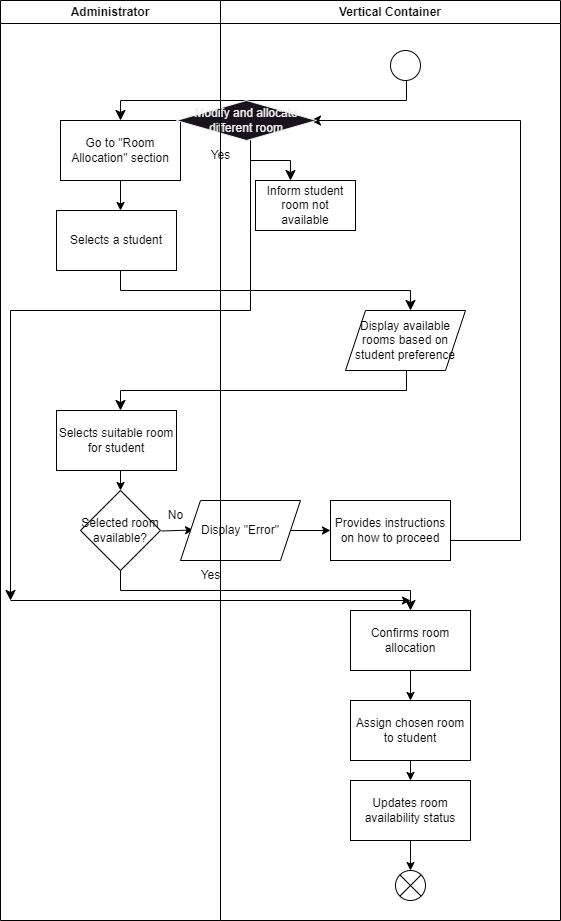
drshahizan/software-engineering keeps this draw.io diagram as project/drawio/stakeholder/activity diagram/uc20.png. Above is the earlier version. Source tidied: cells renumbered, new cells last; positions are measured from the earlier drawing's top-left corner, leaving out a move shared by most shapes.
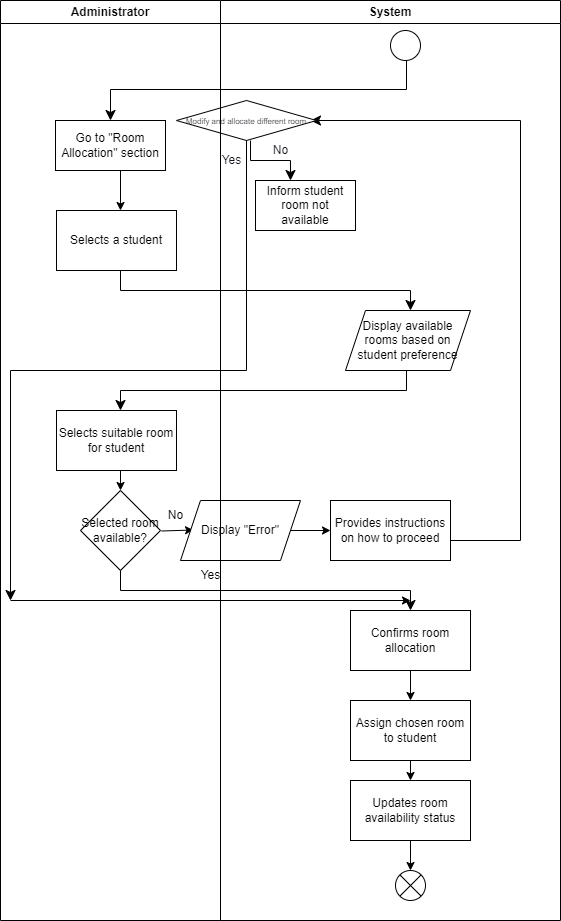
After the commit.

The edit, as a diff of the source:
```diff
@@ -2,21 +2,14 @@
   <root>
     <mxCell id="0" />
     <mxCell id="1" parent="0" />
-    <mxCell id="2" style="ellipse;" parent="1" vertex="1">
-      <mxGeometry x="390" y="50" width="30" height="30" as="geometry" />
-    </mxCell>
-    <mxCell id="3" style="edgeStyle=elbowEdgeStyle;elbow=vertical;endArrow=classic;html=1;curved=0;rounded=0;endSize=8;startSize=8;" parent="1" edge="1">
+    <mxCell id="3" style="edgeStyle=elbowEdgeStyle;elbow=vertical;endArrow=classic;html=1;curved=0;rounded=0;endSize=8;startSize=8;" parent="1" edge="1" target="4">
       <mxGeometry relative="1" as="geometry">
-        <mxPoint x="406" y="80" as="sourcePoint" />
-        <mxPoint x="120" y="120" as="targetPoint" />
+        <mxPoint x="406" y="58" as="sourcePoint" />
       </mxGeometry>
     </mxCell>
-    <mxCell id="4" value="Go to &quot;Room Allocation&quot; section" style="rounded=0;whiteSpace=wrap;html=1;" parent="1" vertex="1">
-      <mxGeometry x="60" y="120" width="120" height="60" as="geometry" />
-    </mxCell>
     <mxCell id="5" style="endArrow=classic;html=1;" parent="1" edge="1">
       <mxGeometry relative="1" as="geometry">
-        <mxPoint x="120" y="180" as="sourcePoint" />
+        <mxPoint x="120" y="170" as="sourcePoint" />
         <mxPoint x="120" y="210" as="targetPoint" />
       </mxGeometry>
     </mxCell>
@@ -30,7 +23,7 @@
       </mxGeometry>
     </mxCell>
     <mxCell id="8" value="Display available rooms based on student preference" style="shape=parallelogram;perimeter=parallelogramPerimeter;whiteSpace=wrap;html=1;fixedSize=1;" parent="1" vertex="1">
-      <mxGeometry x="345" y="310" width="120" height="60" as="geometry" />
+      <mxGeometry x="345" y="310" width="125" height="60" as="geometry" />
     </mxCell>
     <mxCell id="9" style="edgeStyle=elbowEdgeStyle;elbow=vertical;endArrow=classic;html=1;curved=0;rounded=0;endSize=8;startSize=8;" parent="1" edge="1">
       <mxGeometry relative="1" as="geometry">
@@ -119,19 +112,12 @@
         </Array>
       </mxGeometry>
     </mxCell>
-    <mxCell id="28" value="Modify and allocate different room" style="rhombus;whiteSpace=wrap;html=1;fontFamily=Helvetica;fontSize=12;fontColor=rgb(240, 240, 240);align=center;strokeColor=rgb(240, 240, 240);fillColor=rgb(24, 20, 29);" parent="1" vertex="1">
+    <mxCell id="28" value="&lt;font style=&quot;font-size: 8px;&quot; color=&quot;#18141d&quot;&gt;Modify and allocate different room&lt;/font&gt;" style="rhombus;whiteSpace=wrap;html=1;fontFamily=Helvetica;fontSize=12;fontColor=rgb(240, 240, 240);align=center;strokeColor=#000000;fillColor=#FFFFFF;" parent="1" vertex="1">
       <mxGeometry x="176" y="100" width="140" height="40" as="geometry" />
     </mxCell>
-    <mxCell id="29" value="Yes" style="text;html=1;align=center;verticalAlign=middle;strokeColor=none;fillColor=none;" parent="1" vertex="1">
-      <mxGeometry x="200" y="140" width="40" height="30" as="geometry" />
-    </mxCell>
-    <mxCell id="30" style="edgeStyle=elbowEdgeStyle;elbow=vertical;endArrow=classic;html=1;curved=0;rounded=0;endSize=8;startSize=8;" parent="1" edge="1">
+    <mxCell id="30" style="edgeStyle=elbowEdgeStyle;elbow=vertical;endArrow=classic;html=1;curved=0;rounded=0;endSize=8;startSize=8;startArrow=none;exitX=0.5;exitY=1;exitDx=0;exitDy=0;" parent="1" edge="1" source="28">
       <mxGeometry relative="1" as="geometry">
-        <mxPoint x="250" y="140" as="sourcePoint" />
         <mxPoint x="10" y="600" as="targetPoint" />
-        <Array as="points">
-          <mxPoint x="120" y="310" />
-        </Array>
       </mxGeometry>
     </mxCell>
     <mxCell id="31" style="endArrow=classic;html=1;" parent="1" edge="1">
@@ -152,8 +138,20 @@
     <mxCell id="34" value="Administrator" style="swimlane;whiteSpace=wrap;html=1;" parent="1" vertex="1">
       <mxGeometry width="220" height="920" as="geometry" />
     </mxCell>
+    <mxCell id="4" value="Go to &quot;Room Allocation&quot; section" style="rounded=0;whiteSpace=wrap;html=1;" parent="34" vertex="1">
+      <mxGeometry x="55" y="120" width="110" height="50" as="geometry" />
+    </mxCell>
-    <mxCell id="35" value="Vertical Container" style="swimlane;whiteSpace=wrap;html=1;" parent="1" vertex="1">
+    <mxCell id="35" value="System" style="swimlane;whiteSpace=wrap;html=1;" parent="1" vertex="1">
       <mxGeometry x="220" width="340" height="920" as="geometry" />
     </mxCell>
+    <mxCell id="2" style="ellipse;" parent="35" vertex="1">
+      <mxGeometry x="170" y="30" width="30" height="30" as="geometry" />
+    </mxCell>
+    <mxCell id="36" value="No" style="text;html=1;align=center;verticalAlign=middle;strokeColor=none;fillColor=none;fontColor=#18141D;" parent="1" vertex="1">
+      <mxGeometry x="260" y="135" width="40" height="30" as="geometry" />
+    </mxCell>
+    <mxCell id="29" value="Yes" style="text;html=1;align=center;verticalAlign=middle;strokeColor=none;fillColor=none;fontColor=#18141D;" parent="1" vertex="1">
+      <mxGeometry x="211" y="145" width="40" height="30" as="geometry" />
+    </mxCell>
   </root>
 </mxGraphModel>
```
